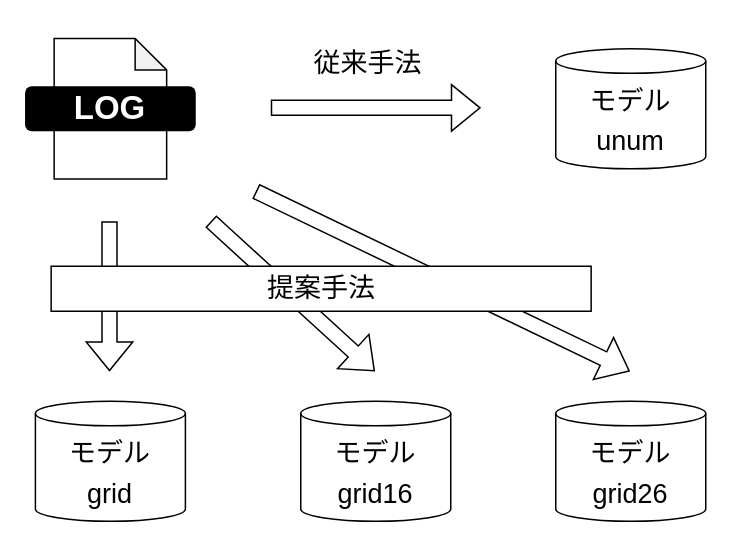
The draw.io diagram 4/experiment_a.drawio in SuperTikuwa/thesis-images, before the edit. Source tidied: cells renumbered, new cells numbered last; positions are measured from the earlier drawing's top-left corner, leaving out a move shared by most shapes. Both pictures are drawn from the tidied source at 150%, with x=0, y=0 at pixel (24, 38).
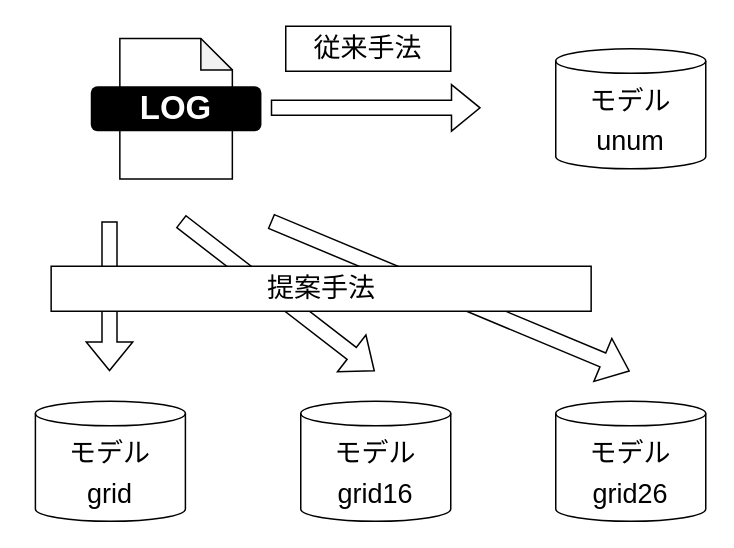
The same page after the edit.

Commit message (it also covers changes not shown here):
experiment_a.drawio を更新します

The edit, as a diff of the source:
```diff
@@
 <mxGraphModel>
   <root>
     <mxCell id="0" />
     <mxCell id="1" parent="0" />
     <mxCell id="2" style="shape=note;whiteSpace=wrap;html=1;backgroundOutline=1;darkOpacity=0.05;size=21;" parent="1" vertex="1">
-      <mxGeometry x="19.6" y="0.1" width="75" height="93.8" as="geometry" />
+      <mxGeometry x="63.4" y="0.1" width="75" height="93.8" as="geometry" />
     </mxCell>
     <mxCell id="3" value="&lt;span style=&quot;font-size: 22px;&quot;&gt;LOG&lt;/span&gt;" style="text;html=1;strokeColor=none;fillColor=#000000;align=center;verticalAlign=middle;whiteSpace=wrap;rounded=1;fontColor=#FFFFFF;fontStyle=1;fontSize=22;" parent="1" vertex="1">
-      <mxGeometry x="0.2" y="32" width="113.8" height="30" as="geometry" />
+      <mxGeometry x="44" y="32" width="113.8" height="30" as="geometry" />
     </mxCell>
     <mxCell id="4" value="&lt;font style=&quot;font-size: 18px;&quot; color=&quot;#000000&quot;&gt;モデル&lt;br&gt;unum&lt;br&gt;&lt;/font&gt;" style="shape=cylinder3;whiteSpace=wrap;html=1;boundedLbl=1;backgroundOutline=1;size=8.17882352941163;rounded=1;labelBackgroundColor=none;fontSize=22;fontColor=#FFFFFF;fillColor=#FFFFFF;strokeColor=#000000;" parent="1" vertex="1">
       <mxGeometry x="354" y="7" width="100" height="80" as="geometry" />
     </mxCell>
     <mxCell id="5" value="&lt;font style=&quot;font-size: 18px;&quot; color=&quot;#000000&quot;&gt;モデル&lt;br&gt;grid&lt;br&gt;&lt;/font&gt;" style="shape=cylinder3;whiteSpace=wrap;html=1;boundedLbl=1;backgroundOutline=1;size=8.17882352941163;rounded=1;labelBackgroundColor=none;fontSize=22;fontColor=#FFFFFF;fillColor=#FFFFFF;strokeColor=#000000;" parent="1" vertex="1">
       <mxGeometry x="7.1" y="242" width="100" height="80" as="geometry" />
     </mxCell>
     <mxCell id="6" value="&lt;font style=&quot;font-size: 18px;&quot; color=&quot;#000000&quot;&gt;モデル&lt;br&gt;grid16&lt;br&gt;&lt;/font&gt;" style="shape=cylinder3;whiteSpace=wrap;html=1;boundedLbl=1;backgroundOutline=1;size=8.17882352941163;rounded=1;labelBackgroundColor=none;fontSize=22;fontColor=#FFFFFF;fillColor=#FFFFFF;strokeColor=#000000;" parent="1" vertex="1">
       <mxGeometry x="184" y="242" width="100" height="80" as="geometry" />
     </mxCell>
     <mxCell id="7" value="&lt;font style=&quot;font-size: 18px;&quot; color=&quot;#000000&quot;&gt;モデル&lt;br&gt;grid26&lt;br&gt;&lt;/font&gt;" style="shape=cylinder3;whiteSpace=wrap;html=1;boundedLbl=1;backgroundOutline=1;size=8.17882352941163;rounded=1;labelBackgroundColor=none;fontSize=22;fontColor=#FFFFFF;fillColor=#FFFFFF;strokeColor=#000000;" parent="1" vertex="1">
       <mxGeometry x="354" y="242" width="100" height="80" as="geometry" />
     </mxCell>
     <mxCell id="8" style="shape=flexArrow;endArrow=classic;html=1;rounded=0;strokeWidth=1;fontSize=18;fontColor=#000000;" parent="1" edge="1">
       <mxGeometry relative="1" as="geometry">
         <mxPoint x="164" y="46.4" as="sourcePoint" />
         <mxPoint x="304" y="46.4" as="targetPoint" />
       </mxGeometry>
     </mxCell>
     <mxCell id="9" style="shape=flexArrow;endArrow=classic;html=1;rounded=0;strokeWidth=1;fontSize=18;fontColor=#000000;" parent="1" edge="1">
       <mxGeometry relative="1" as="geometry">
         <mxPoint x="56.5" y="122" as="sourcePoint" />
         <mxPoint x="56.5" y="222" as="targetPoint" />
       </mxGeometry>
     </mxCell>
     <mxCell id="10" style="shape=flexArrow;endArrow=classic;html=1;rounded=0;strokeWidth=1;fontSize=18;fontColor=#000000;" parent="1" edge="1">
       <mxGeometry relative="1" as="geometry">
-        <mxPoint x="124" y="122" as="sourcePoint" />
+        <mxPoint x="104" y="122" as="sourcePoint" />
         <mxPoint x="233.4" y="222" as="targetPoint" />
       </mxGeometry>
     </mxCell>
     <mxCell id="11" style="shape=flexArrow;endArrow=classic;html=1;rounded=0;strokeWidth=1;fontSize=18;fontColor=#000000;" parent="1" edge="1">
       <mxGeometry relative="1" as="geometry">
-        <mxPoint x="154" y="102" as="sourcePoint" />
+        <mxPoint x="164" y="122" as="sourcePoint" />
         <mxPoint x="403.4" y="222" as="targetPoint" />
       </mxGeometry>
     </mxCell>
-    <mxCell id="12" value="従来手法" style="text;html=1;strokeColor=none;fillColor=none;align=center;verticalAlign=middle;whiteSpace=wrap;rounded=0;fontSize=18;fontColor=#000000;" parent="1" vertex="1">
-      <mxGeometry x="174" y="2" width="110" height="30" as="geometry" />
+    <mxCell id="12" value="従来手法" style="text;html=1;strokeColor=default;fillColor=default;align=center;verticalAlign=middle;whiteSpace=wrap;rounded=0;fontSize=18;fontColor=#000000;" parent="1" vertex="1">
+      <mxGeometry x="174" y="-8" width="110" height="30" as="geometry" />
     </mxCell>
     <mxCell id="13" value="提案手法" style="text;html=1;strokeColor=default;fillColor=default;align=center;verticalAlign=middle;whiteSpace=wrap;rounded=0;fontSize=18;fontColor=#000000;" parent="1" vertex="1">
       <mxGeometry x="17.6" y="152" width="360" height="30" as="geometry" />
     </mxCell>
   </root>
 </mxGraphModel>
```
